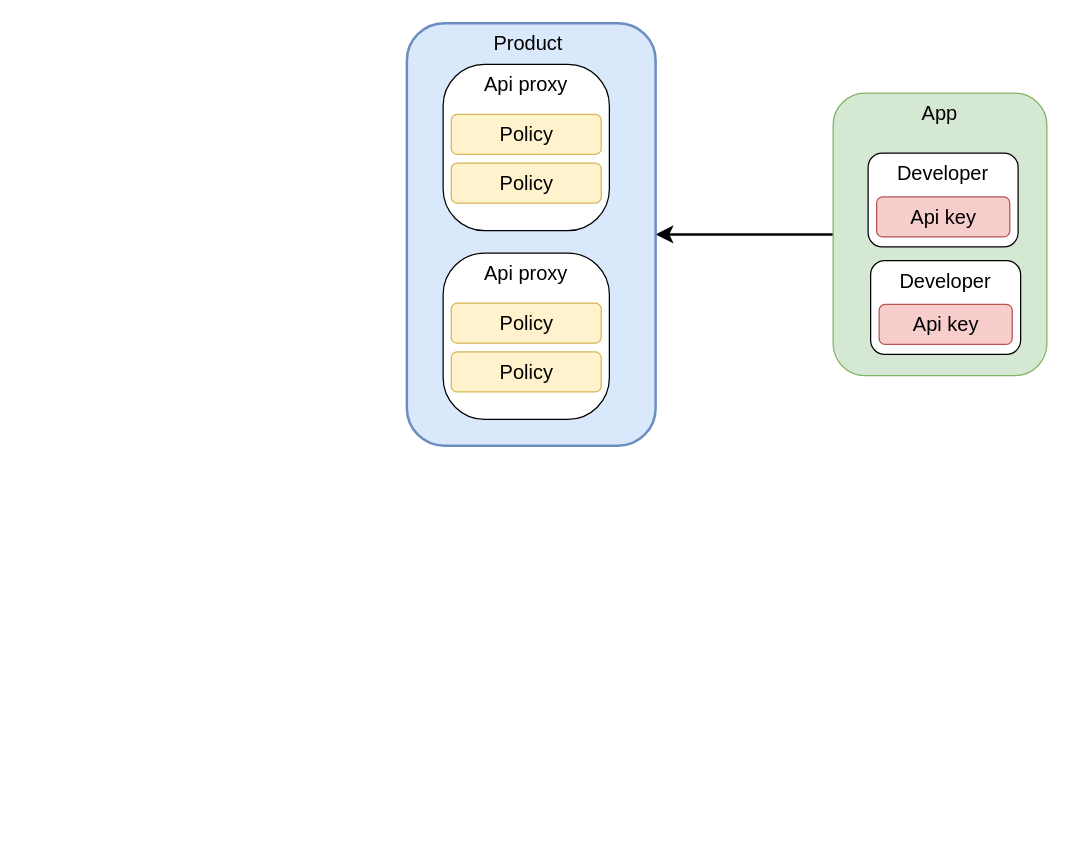
The draw.io diagram Apigee.drawio in msyadid/HelloWorld, before the edit. Source tidied: cells renumbered, new cells numbered last; positions are measured from the earlier drawing's top-left corner, leaving out a move shared by most shapes. Both pictures are drawn from the tidied source at 125%, with x=0, y=0 at pixel (406, 22).
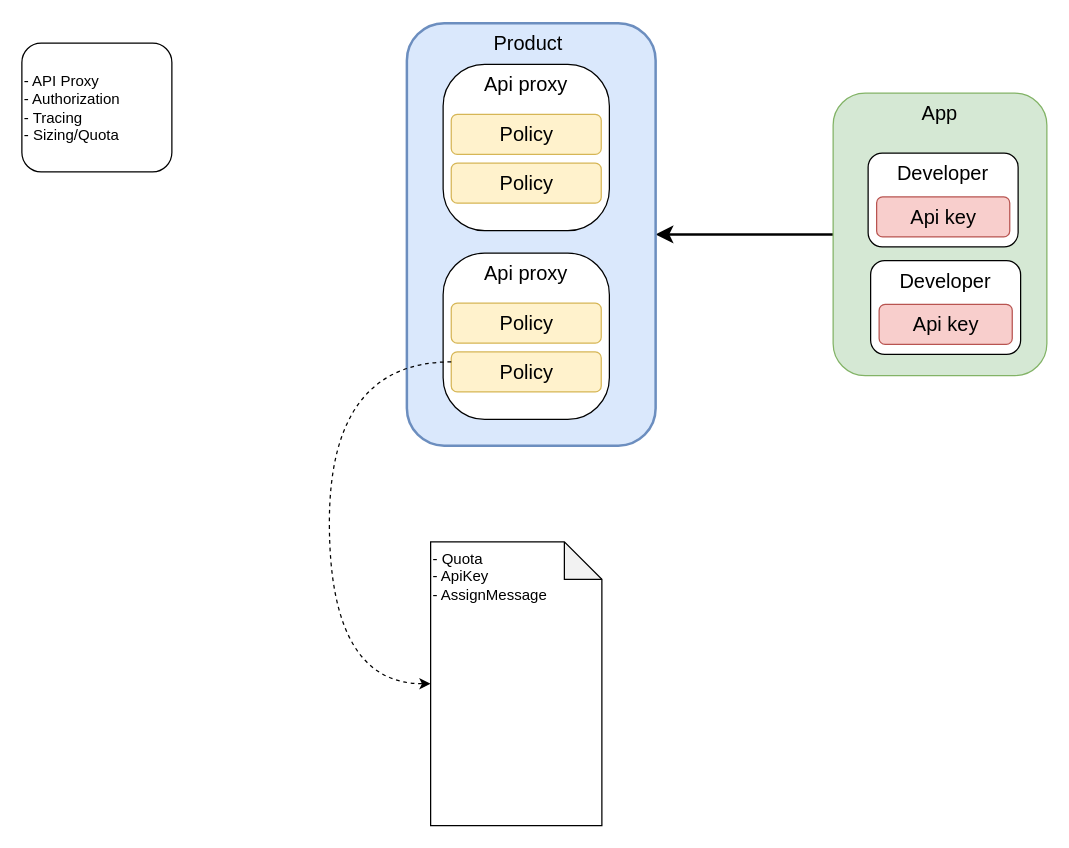
Above is the later version.

Unchanged cells that the change refers to:
```xml
<mxCell id="18" value="Policy" style="rounded=1;whiteSpace=wrap;html=1;fontSize=16;fillColor=#fff2cc;strokeColor=#d6b656;" parent="15" vertex="1">
  <mxGeometry x="6.5" y="79" width="120" height="32" as="geometry" />
</mxCell>
```

What changed in the source:
```diff
@@
+    <mxCell id="19" value="- Quota&lt;br&gt;- ApiKey&lt;br&gt;- AssignMessage" style="shape=note;whiteSpace=wrap;html=1;backgroundOutline=1;darkOpacity=0.05;align=left;verticalAlign=top;" parent="1" vertex="1">
+      <mxGeometry x="19" y="415" width="137" height="227" as="geometry" />
+    </mxCell>
+    <mxCell id="20" style="edgeStyle=orthogonalEdgeStyle;rounded=0;jettySize=auto;html=1;entryX=0;entryY=0.5;entryDx=0;entryDy=0;entryPerimeter=0;curved=1;exitX=0;exitY=0.25;exitDx=0;exitDy=0;dashed=1;" parent="1" edge="1" source="18" target="19">
+      <mxGeometry relative="1" as="geometry">
+        <Array as="points">
+          <mxPoint x="-62" y="271" />
+          <mxPoint x="-62" y="528" />
+        </Array>
+      </mxGeometry>
+    </mxCell>
+    <mxCell id="21" value="- API Proxy&lt;br&gt;- Authorization&lt;br&gt;- Tracing&lt;br&gt;- Sizing/Quota" style="rounded=1;whiteSpace=wrap;html=1;align=left;" parent="1" vertex="1">
+      <mxGeometry x="-308" y="16" width="120" height="103" as="geometry" />
+    </mxCell>
```
